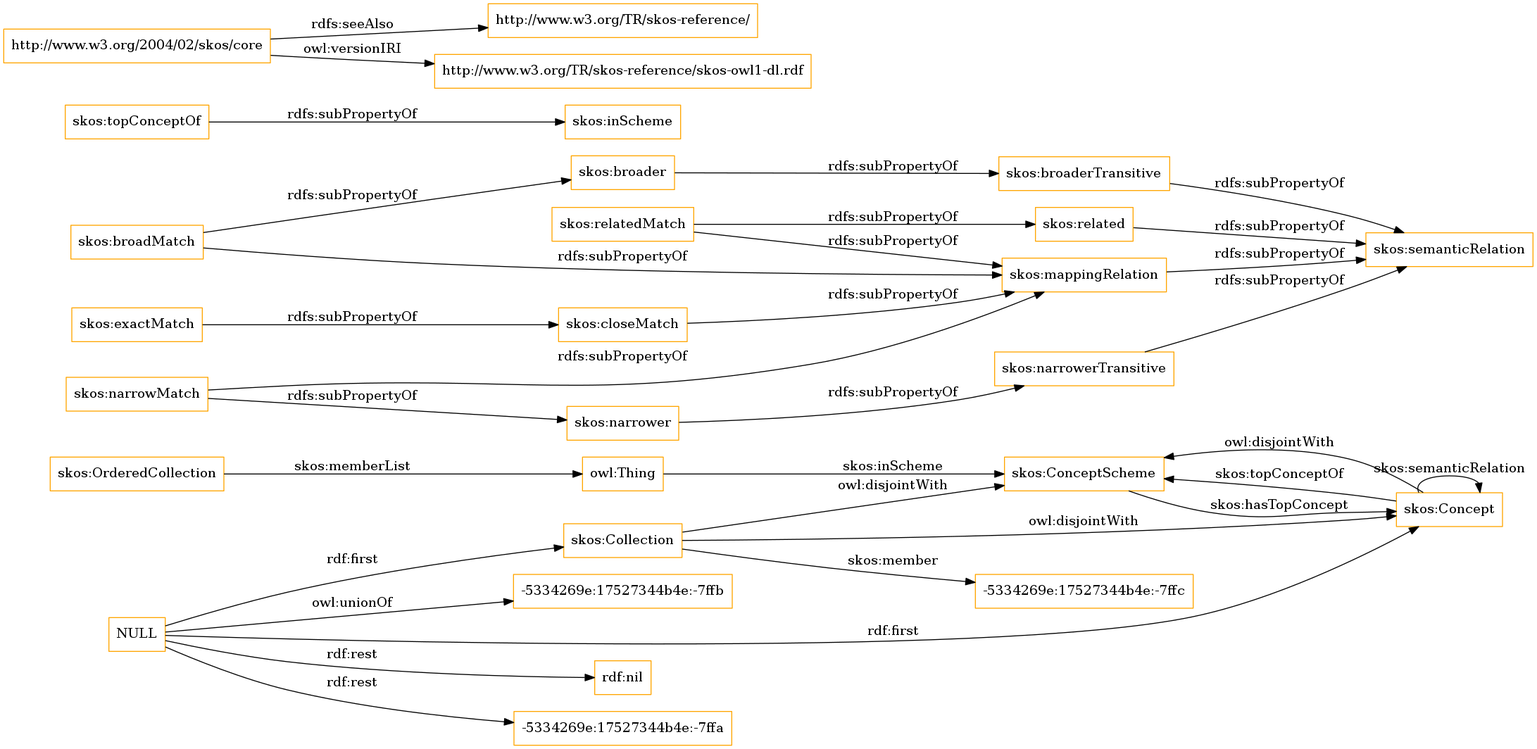
The Graphviz diagram OnToology/imports/skos.owl/diagrams/ar2dtool-class/skos.owl.png in OnToologyUser/core-ontology-1, before a commit. Its source is kept beside it as OnToology/imports/skos.owl/diagrams/ar2dtool-class/skos.owl.png.dot.
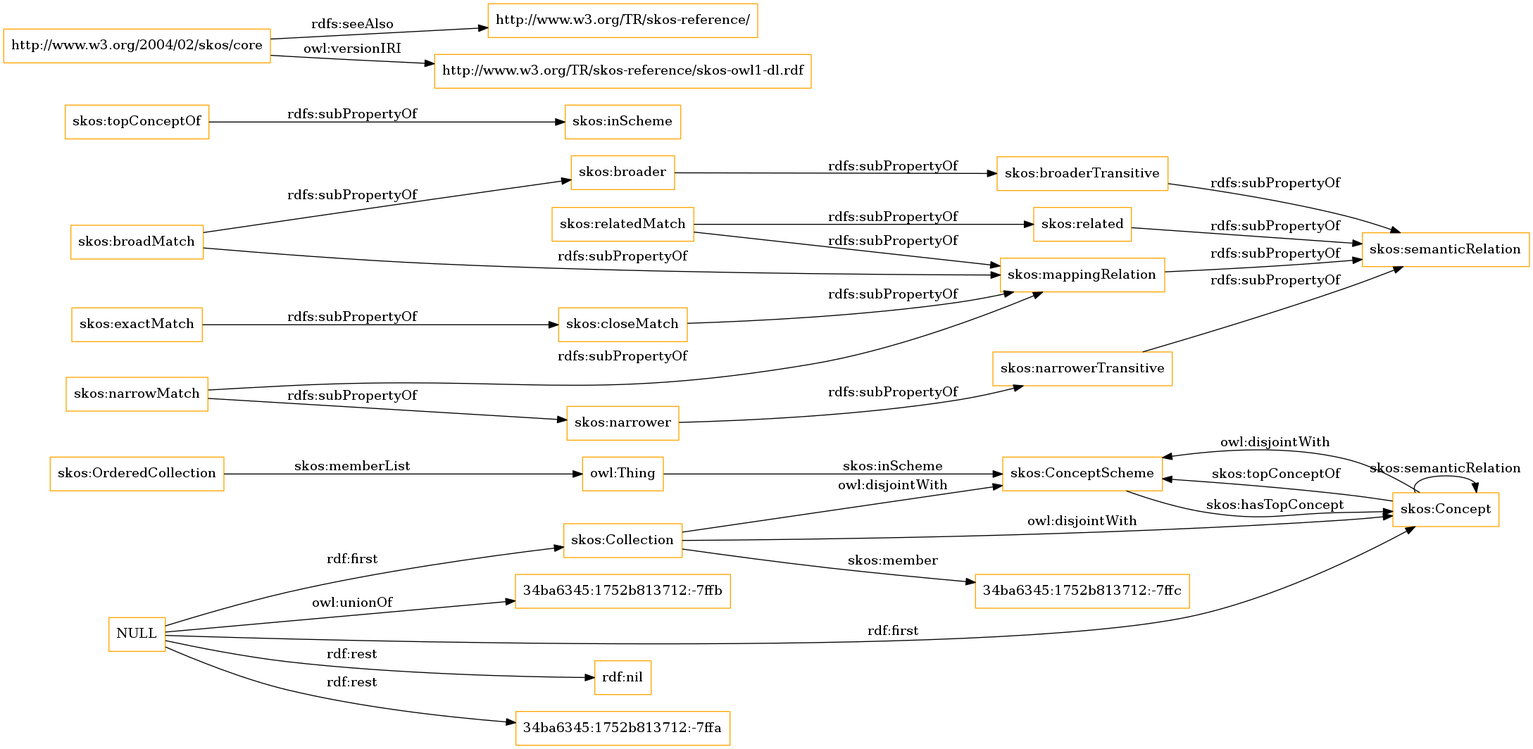
The same diagram one commit later.

Change to the diagram source:
```diff
@@ -1,13 +1,13 @@
 digraph ar2dtool_diagram {
 rankdir=LR;
 size="1501"
-node [shape = rectangle, color="orange"]; "skos:OrderedCollection" "skos:ConceptScheme" "skos:Concept" "skos:Collection" "-5334269e:17527344b4e:-7ffc" ; /*classes style*/
+node [shape = rectangle, color="orange"]; "skos:OrderedCollection" "skos:ConceptScheme" "skos:Concept" "skos:Collection" "34ba6345:1752b813712:-7ffc" ; /*classes style*/
 	"skos:narrowerTransitive" -> "skos:semanticRelation" [ label = "rdfs:subPropertyOf" ];
 	"NULL" -> "rdf:nil" [ label = "rdf:rest" ];
 	"NULL" -> "skos:Concept" [ label = "rdf:first" ];
-	"NULL" -> "-5334269e:17527344b4e:-7ffa" [ label = "rdf:rest" ];
+	"NULL" -> "34ba6345:1752b813712:-7ffa" [ label = "rdf:rest" ];
 	"NULL" -> "skos:Collection" [ label = "rdf:first" ];
-	"NULL" -> "-5334269e:17527344b4e:-7ffb" [ label = "owl:unionOf" ];
+	"NULL" -> "34ba6345:1752b813712:-7ffb" [ label = "owl:unionOf" ];
 	"skos:closeMatch" -> "skos:mappingRelation" [ label = "rdfs:subPropertyOf" ];
 	"skos:Concept" -> "skos:ConceptScheme" [ label = "owl:disjointWith" ];
 	"skos:relatedMatch" -> "skos:related" [ label = "rdfs:subPropertyOf" ];
@@ -30,7 +30,7 @@
 	"skos:OrderedCollection" -> "owl:Thing" [ label = "skos:memberList" ];
 	"skos:Concept" -> "skos:ConceptScheme" [ label = "skos:topConceptOf" ];
 	"skos:Concept" -> "skos:Concept" [ label = "skos:semanticRelation" ];
-	"skos:Collection" -> "-5334269e:17527344b4e:-7ffc" [ label = "skos:member" ];
+	"skos:Collection" -> "34ba6345:1752b813712:-7ffc" [ label = "skos:member" ];
 	"skos:ConceptScheme" -> "skos:Concept" [ label = "skos:hasTopConcept" ];
 	"owl:Thing" -> "skos:ConceptScheme" [ label = "skos:inScheme" ];
 
```
